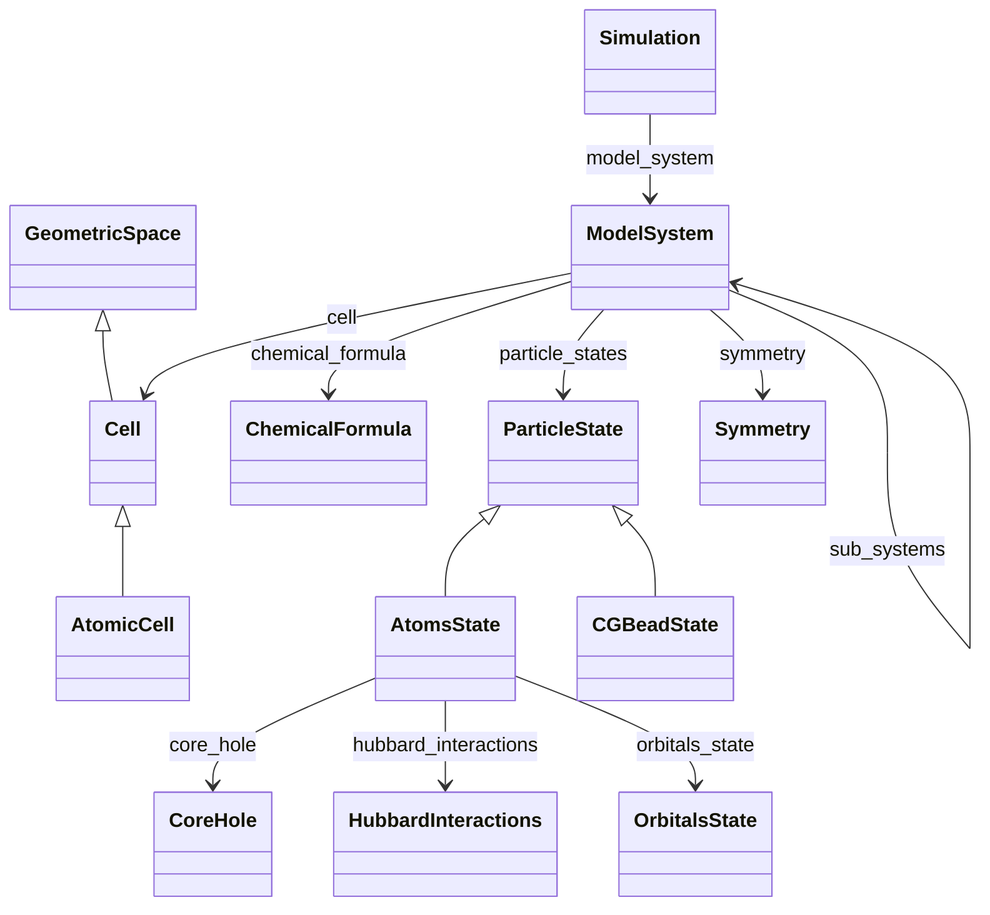
This is docs/assets/diagrams/model_system_0.png from FAIRmat-NFDI/nomad-simulations, a Mermaid export, as it was before one commit. Its source is kept beside it as docs/assets/diagrams/model_system_0.png.mmd.
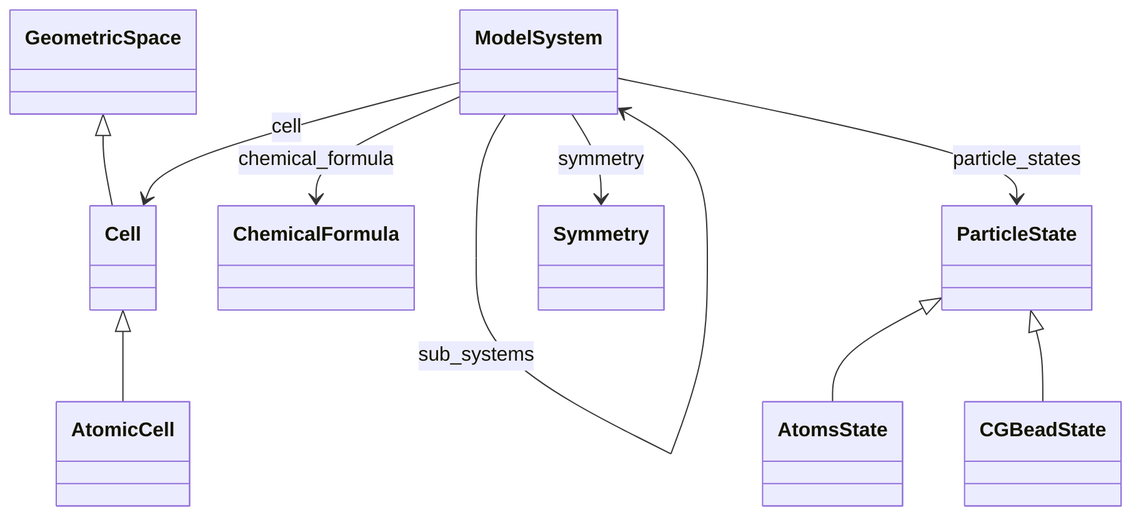
Later version of the same file.

Diff of the diagram source:
```diff
@@ -4,24 +4,16 @@
     class CGBeadState
     class Cell
     class ChemicalFormula
-    class CoreHole
     class GeometricSpace
-    class HubbardInteractions
     class ModelSystem
-    class OrbitalsState
     class ParticleState
-    class Simulation
     class Symmetry
     Cell <|-- AtomicCell
     ParticleState <|-- AtomsState
     ParticleState <|-- CGBeadState
     GeometricSpace <|-- Cell
-    AtomsState --> CoreHole : core_hole
-    AtomsState --> HubbardInteractions : hubbard_interactions
-    AtomsState --> OrbitalsState : orbitals_state
     ModelSystem --> Cell : cell
     ModelSystem --> ChemicalFormula : chemical_formula
     ModelSystem --> ModelSystem : sub_systems
     ModelSystem --> ParticleState : particle_states
     ModelSystem --> Symmetry : symmetry
-    Simulation --> ModelSystem : model_system
```
